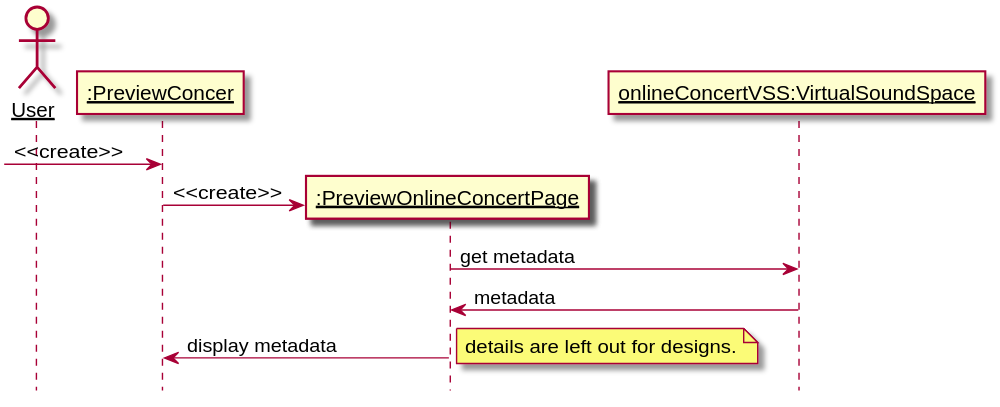
Before: 设计/Diagrams/PreviewOnlineConcertVSS.svg, a diagram exported from PlantUML (kpp19920121/doc). The source it was exported from:
```plantuml
@startuml Diagrams/PreviewOnlineConcertVSS
hide footbox
skinparam sequenceParticipant underline
actor User as user

participant ":PreviewConcer" as page
participant ":PreviewOnlineConcertPage" as control
participant "onlineConcertVSS:VirtualSoundSpace" as vss
create page
[-> page: <<create>>
create control
page -> control: <<create>>
control -> vss: get metadata
vss -> control: metadata
control -> page: display metadata
note right
details are left out for designs.
end note
@enduml
```
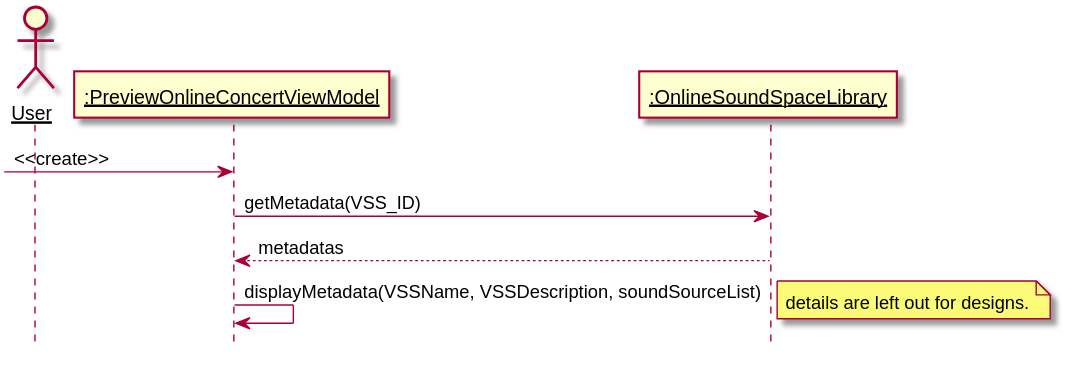
The same file after the commit.

What changed in the source:
```diff
@@ -3,16 +3,13 @@
 skinparam sequenceParticipant underline
 actor User as user
 
-participant ":PreviewConcer" as page
-participant ":PreviewOnlineConcertPage" as control
-participant "onlineConcertVSS:VirtualSoundSpace" as vss
-create page
-[-> page: <<create>>
-create control
-page -> control: <<create>>
-control -> vss: get metadata
-vss -> control: metadata
-control -> page: display metadata
+participant ":PreviewOnlineConcertViewModel" as viewModel
+participant ":OnlineSoundSpaceLibrary" as library
+create viewModel
+[-> viewModel: <<create>>
+viewModel -> library: getMetadata(VSS_ID)
+library --> viewModel: metadatas
+viewModel -> viewModel: displayMetadata(VSSName, VSSDescription, soundSourceList)
 note right
 details are left out for designs.
 end note
```
